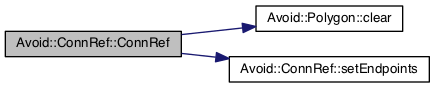
Earlier version of the Graphviz export documentation/classAvoid_1_1ConnRef_aa469b1767d12e1fa4971004225a0abcd_cgraph.png (mjwybrow/adaptagrams). Its source is kept beside it as documentation/classAvoid_1_1ConnRef_aa469b1767d12e1fa4971004225a0abcd_cgraph.dot.
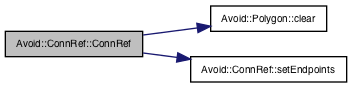
After the change.

What changed in the source:
```diff
@@ -3,9 +3,9 @@
   edge [fontname="Helvetica",fontsize="10",labelfontname="Helvetica",labelfontsize="10"];
   node [fontname="Helvetica",fontsize="10",shape=record];
   rankdir="LR";
-  Node1 [label="Avoid::ConnRef::ConnRef",height=0.2,width=0.4,color="black", fillcolor="grey75", style="filled", fontcolor="black"];
-  Node1 -> Node2 [color="midnightblue",fontsize="10",style="solid",fontname="Helvetica"];
-  Node2 [label="Avoid::Polygon::clear",height=0.2,width=0.4,color="black", fillcolor="white", style="filled",URL="$classAvoid_1_1Polygon.html#aae0e8e58b2f358ec3f203a5e6485c660",tooltip="Resets this to the empty polygon. "];
-  Node1 -> Node3 [color="midnightblue",fontsize="10",style="solid",fontname="Helvetica"];
-  Node3 [label="Avoid::ConnRef::setEndpoints",height=0.2,width=0.4,color="black", fillcolor="white", style="filled",URL="$classAvoid_1_1ConnRef.html#ae66e8c90dc191951fc0f64acc4c06d7c",tooltip="Sets both a new source and destination endpoint for this connector. "];
+  Node4 [label="Avoid::ConnRef::ConnRef",height=0.2,width=0.4,color="black", fillcolor="grey75", style="filled", fontcolor="black"];
+  Node4 -> Node5 [color="midnightblue",fontsize="10",style="solid",fontname="Helvetica"];
+  Node5 [label="Avoid::Polygon::clear",height=0.2,width=0.4,color="black", fillcolor="white", style="filled",URL="$classAvoid_1_1Polygon.html#aae0e8e58b2f358ec3f203a5e6485c660",tooltip="Resets this to the empty polygon. "];
+  Node4 -> Node6 [color="midnightblue",fontsize="10",style="solid",fontname="Helvetica"];
+  Node6 [label="Avoid::ConnRef::setEndpoints",height=0.2,width=0.4,color="black", fillcolor="white", style="filled",URL="$classAvoid_1_1ConnRef.html#ae66e8c90dc191951fc0f64acc4c06d7c",tooltip="Sets both a new source and destination endpoint for this connector. "];
 }
```
